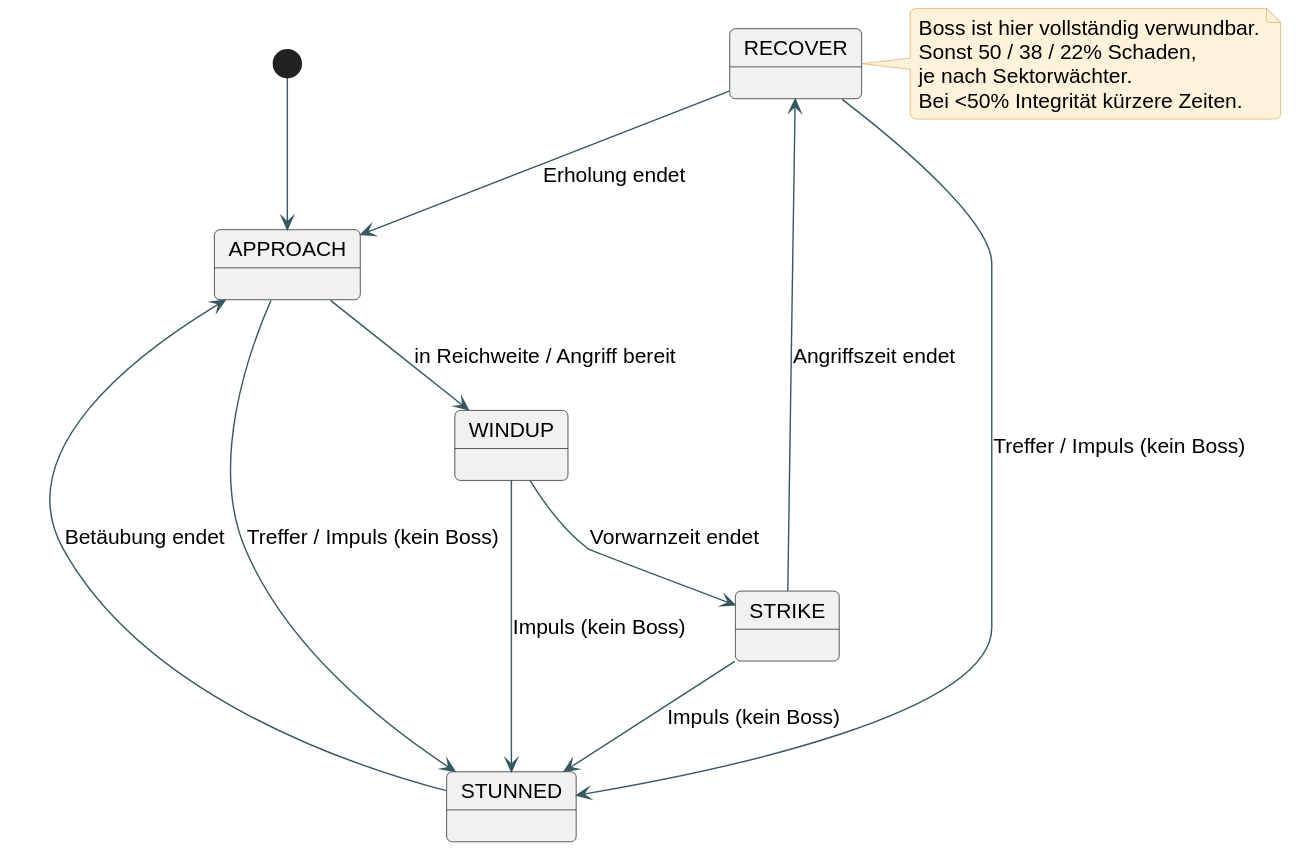
This is docs/diagrams/11-enemy-state.svg from bassdav2/abyss, a PlantUML export, as it was before one commit. Its diagram source:
```plantuml
@startuml
skinparam backgroundColor #FFFFFF
skinparam defaultFontName Arial
skinparam defaultFontSize 15
skinparam shadowing false
skinparam roundcorner 8
skinparam ArrowColor #355863
skinparam classBackgroundColor #EAF3F2
skinparam classBorderColor #355863
skinparam participantBackgroundColor #EAF3F2
skinparam participantBorderColor #355863
skinparam sequenceLifeLineBorderColor #7A979C
skinparam noteBackgroundColor #FFF2DA
skinparam noteBorderColor #D8AA64
skinparam packageBackgroundColor #F5F8F7
skinparam packageBorderColor #6E8B91
hide empty members
[*] --> APPROACH
APPROACH --> WINDUP : in Reichweite / Angriff bereit
WINDUP --> STRIKE : Vorwarnzeit endet
STRIKE --> RECOVER : Angriffszeit endet
RECOVER --> APPROACH : Erholung endet
APPROACH --> STUNNED : Treffer / Impuls (kein Boss)
RECOVER --> STUNNED : Treffer / Impuls (kein Boss)
WINDUP --> STUNNED : Impuls (kein Boss)
STRIKE --> STUNNED : Impuls (kein Boss)
STUNNED --> APPROACH : Betäubung endet
note right of RECOVER
Boss ist hier vollständig verwundbar.
Sonst 50 / 38 / 22% Schaden,
je nach Sektorwächter.
Bei <50% Integrität kürzere Zeiten.
end note
@enduml
```
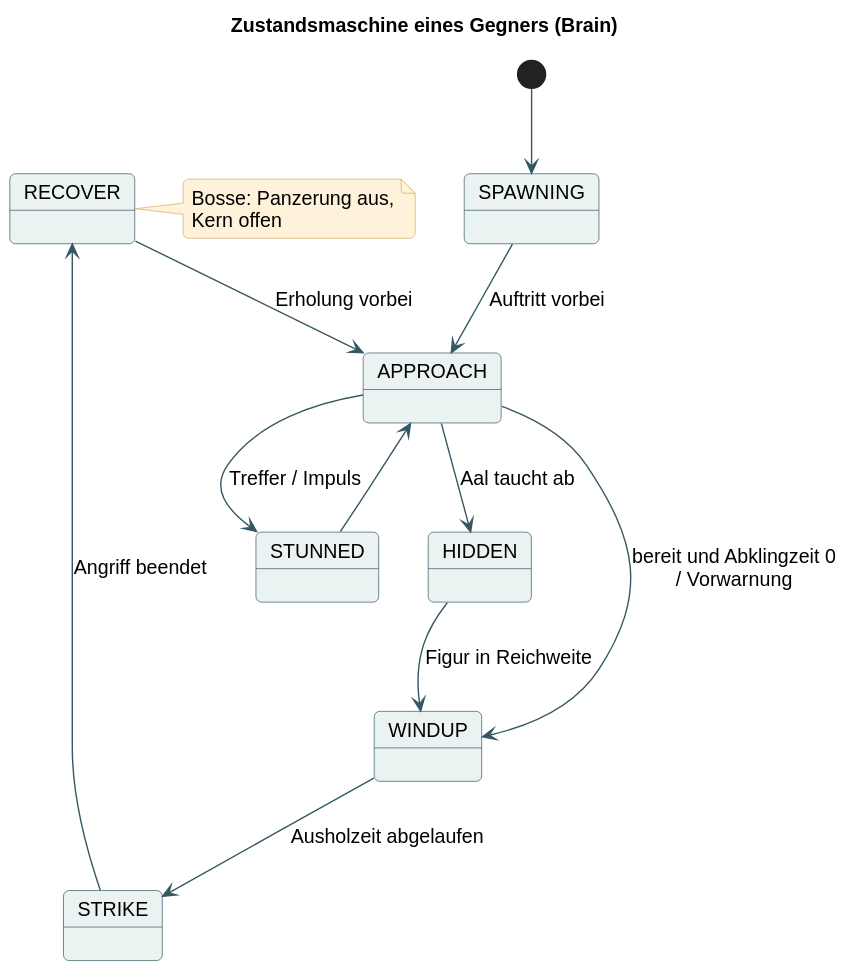
Above is the later version.

Change to the diagram source:
```diff
@@ -1,7 +1,7 @@
 @startuml
 skinparam backgroundColor #FFFFFF
 skinparam defaultFontName Arial
-skinparam defaultFontSize 15
+skinparam defaultFontSize 14
 skinparam shadowing false
 skinparam roundcorner 8
 skinparam ArrowColor #355863
@@ -14,21 +14,19 @@
 skinparam noteBorderColor #D8AA64
 skinparam packageBackgroundColor #F5F8F7
 skinparam packageBorderColor #6E8B91
+skinparam stateBackgroundColor #EAF3F2
+skinparam stateBorderColor #355863
 hide empty members
-[*] --> APPROACH
-APPROACH --> WINDUP : in Reichweite / Angriff bereit
-WINDUP --> STRIKE : Vorwarnzeit endet
-STRIKE --> RECOVER : Angriffszeit endet
-RECOVER --> APPROACH : Erholung endet
-APPROACH --> STUNNED : Treffer / Impuls (kein Boss)
-RECOVER --> STUNNED : Treffer / Impuls (kein Boss)
-WINDUP --> STUNNED : Impuls (kein Boss)
-STRIKE --> STUNNED : Impuls (kein Boss)
-STUNNED --> APPROACH : Betäubung endet
-note right of RECOVER
-Boss ist hier vollständig verwundbar.
-Sonst 50 / 38 / 22% Schaden,
-je nach Sektorwächter.
-Bei <50% Integrität kürzere Zeiten.
-end note
+title Zustandsmaschine eines Gegners (Brain)
+[*] --> SPAWNING
+SPAWNING --> APPROACH : Auftritt vorbei
+APPROACH --> WINDUP : bereit und Abklingzeit 0\n/ Vorwarnung
+WINDUP --> STRIKE : Ausholzeit abgelaufen
+STRIKE --> RECOVER : Angriff beendet
+RECOVER --> APPROACH : Erholung vorbei
+APPROACH --> STUNNED : Treffer / Impuls
+STUNNED --> APPROACH
+APPROACH --> HIDDEN : Aal taucht ab
+HIDDEN --> WINDUP : Figur in Reichweite
+note right of RECOVER : Bosse: Panzerung aus,\nKern offen
 @enduml
```
